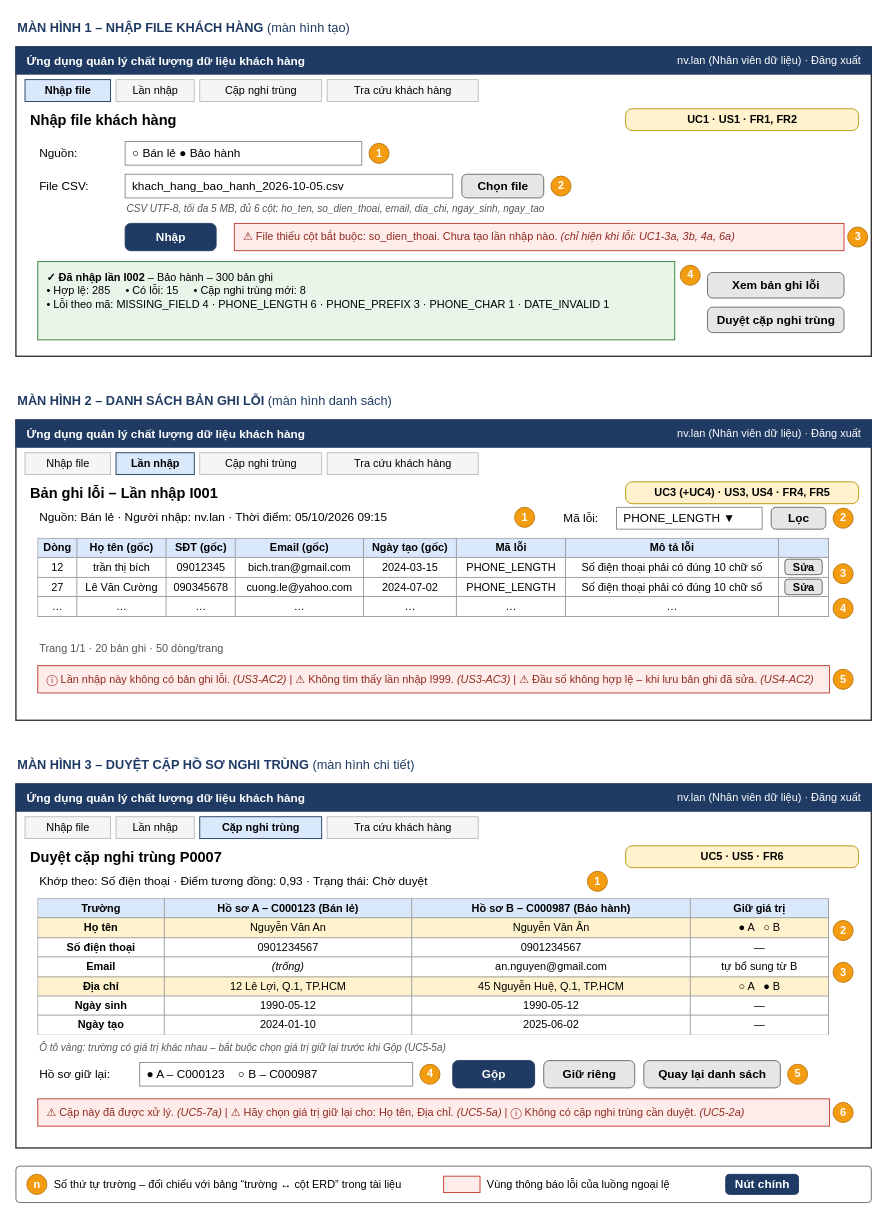
The draw.io diagram docs/wireframe.drawio in phongkasa2223/cdtn1-LeTanPhong-L7, before the edit. Source tidied: cells renumbered, new cells numbered last; positions are measured from the earlier drawing's top-left corner, leaving out a move shared by most shapes. Both pictures are drawn from the tidied source at 91%, with x=0, y=0 at pixel (15, 15).
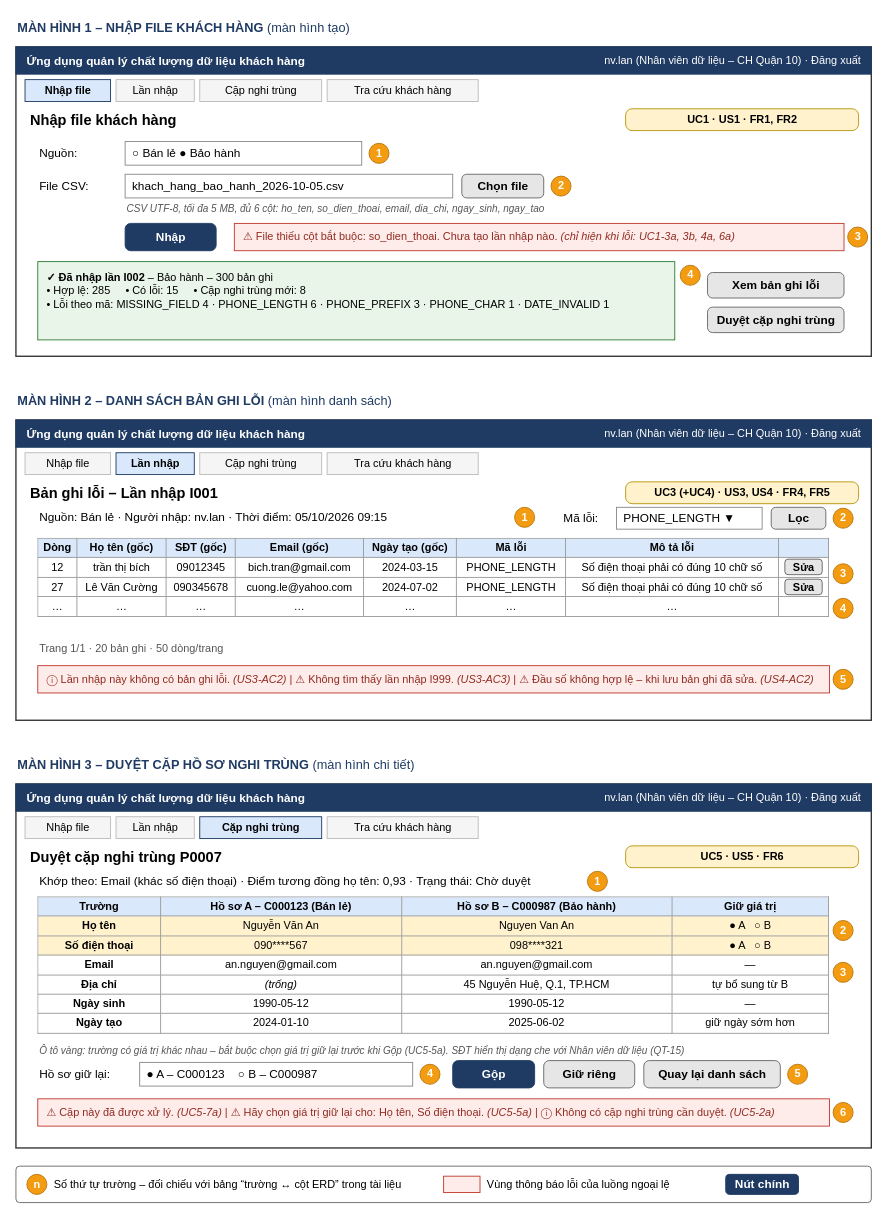
The same diagram, later.

Change to the diagram source:
```diff
@@
-    <mxCell id="5" value="nv.lan (Nhân viên dữ liệu) · Đăng xuất" style="text;html=1;align=right;verticalAlign=middle;fontColor=#FFFFFF;fontSize=12;fontFamily=Arial;" parent="1" vertex="1">
-      <mxGeometry x="640" y="34" width="290" height="30" as="geometry" />
+    <mxCell id="5" value="nv.lan (Nhân viên dữ liệu – CH Quận 10) · Đăng xuất" style="text;html=1;align=right;verticalAlign=middle;fontColor=#FFFFFF;fontSize=12;fontFamily=Arial;" parent="1" vertex="1">
+      <mxGeometry x="560" y="34" width="370" height="30" as="geometry" />
     </mxCell>
@@
-    <mxCell id="30" value="nv.lan (Nhân viên dữ liệu) · Đăng xuất" style="text;html=1;align=right;verticalAlign=middle;fontColor=#FFFFFF;fontSize=12;fontFamily=Arial;" parent="1" vertex="1">
-      <mxGeometry x="640" y="444" width="290" height="30" as="geometry" />
+    <mxCell id="30" value="nv.lan (Nhân viên dữ liệu – CH Quận 10) · Đăng xuất" style="text;html=1;align=right;verticalAlign=middle;fontColor=#FFFFFF;fontSize=12;fontFamily=Arial;" parent="1" vertex="1">
+      <mxGeometry x="560" y="444" width="370" height="30" as="geometry" />
     </mxCell>
@@
-    <mxCell id="52" value="nv.lan (Nhân viên dữ liệu) · Đăng xuất" style="text;html=1;align=right;verticalAlign=middle;fontColor=#FFFFFF;fontSize=12;fontFamily=Arial;" parent="1" vertex="1">
-      <mxGeometry x="640" y="844" width="290" height="30" as="geometry" />
+    <mxCell id="52" value="nv.lan (Nhân viên dữ liệu – CH Quận 10) · Đăng xuất" style="text;html=1;align=right;verticalAlign=middle;fontColor=#FFFFFF;fontSize=12;fontFamily=Arial;" parent="1" vertex="1">
+      <mxGeometry x="560" y="844" width="370" height="30" as="geometry" />
     </mxCell>
@@
-    <mxCell id="59" value="Khớp theo: Số điện thoại · Điểm tương đồng: 0,93 · Trạng thái: Chờ duyệt" style="text;html=1;align=left;verticalAlign=middle;whiteSpace=wrap;fontSize=13;fontFamily=Arial;" parent="1" vertex="1">
+    <mxCell id="59" value="Khớp theo: Email (khác số điện thoại) · Điểm tương đồng họ tên: 0,93 · Trạng thái: Chờ duyệt" style="text;html=1;align=left;verticalAlign=middle;whiteSpace=wrap;fontSize=13;fontFamily=Arial;" parent="1" vertex="1">
       <mxGeometry x="24" y="940" width="600" height="22" as="geometry" />
     </mxCell>
@@
-    <mxCell id="61" value="&lt;table style='width:100%;border-collapse:collapse;font-size:12px;font-family:Arial'&gt;&lt;tr style='background:#DAE8FC;font-weight:bold'&gt;&lt;td style='border:1px solid #999;padding:3px'&gt;Trường&lt;/td&gt;&lt;td style='border:1px solid #999;padding:3px'&gt;Hồ sơ A – C000123 (Bán lẻ)&lt;/td&gt;&lt;td style='border:1px solid #999;padding:3px'&gt;Hồ sơ B – C000987 (Bảo hành)&lt;/td&gt;&lt;td style='border:1px solid #999;padding:3px'&gt;Giữ giá trị&lt;/td&gt;&lt;/tr&gt;&lt;tr style='background:#FFF2CC;'&gt;&lt;td style='border:1px solid #999;padding:3px'&gt;&lt;b&gt;Họ tên&lt;/b&gt;&lt;/td&gt;&lt;td style='border:1px solid #999;padding:3px'&gt;Nguyễn Văn An&lt;/td&gt;&lt;td style='border:1px solid #999;padding:3px'&gt;Nguyễn Văn Ân&lt;/td&gt;&lt;td style='border:1px solid #999;padding:3px'&gt;● A &amp;nbsp; ○ B&lt;/td&gt;&lt;/tr&gt;&lt;tr style=''&gt;&lt;td style='border:1px solid #999;padding:3px'&gt;&lt;b&gt;Số điện thoại&lt;/b&gt;&lt;/td&gt;&lt;td style='border:1px solid #999;padding:3px'&gt;0901234567&lt;/td&gt;&lt;td style='border:1px solid #999;padding:3px'&gt;0901234567&lt;/td&gt;&lt;td style='border:1px solid #999;padding:3px'&gt;—&lt;/td&gt;&lt;/tr&gt;&lt;tr style=''&gt;&lt;td style='border:1px solid #999;padding:3px'&gt;&lt;b&gt;Email&lt;/b&gt;&lt;/td&gt;&lt;td style='border:1px solid #999;padding:3px'&gt;&lt;i&gt;(trống)&lt;/i&gt;&lt;/td&gt;&lt;td style='border:1px solid #999;padding:3px'&gt;an.nguyen@gmail.com&lt;/td&gt;&lt;td style='border:1px solid #999;padding:3px'&gt;tự bổ sung từ B&lt;/td&gt;&lt;/tr&gt;&lt;tr style='background:#FFF2CC;'&gt;&lt;td style='border:1px solid #999;padding:3px'&gt;&lt;b&gt;Địa chỉ&lt;/b&gt;&lt;/td&gt;&lt;td style='border:1px solid #999;padding:3px'&gt;12 Lê Lợi, Q.1, TP.HCM&lt;/td&gt;&lt;td style='border:1px solid #999;padding:3px'&gt;45 Nguyễn Huệ, Q.1, TP.HCM&lt;/td&gt;&lt;td style='border:1px solid #999;padding:3px'&gt;○ A &amp;nbsp; ● B&lt;/td&gt;&lt;/tr&gt;&lt;tr style=''&gt;&lt;td style='border:1px solid #999;padding:3px'&gt;&lt;b&gt;Ngày sinh&lt;/b&gt;&lt;/td&gt;&lt;td style='border:1px solid #999;padding:3px'&gt;1990-05-12&lt;/td&gt;&lt;td style='border:1px solid #999;padding:3px'&gt;1990-05-12&lt;/td&gt;&lt;td style='border:1px solid #999;padding:3px'&gt;—&lt;/td&gt;&lt;/tr&gt;&lt;tr style=''&gt;&lt;td style='border:1px solid #999;padding:3px'&gt;&lt;b&gt;Ngày tạo&lt;/b&gt;&lt;/td&gt;&lt;td style='border:1px solid #999;padding:3px'&gt;2024-01-10&lt;/td&gt;&lt;td style='border:1px solid #999;padding:3px'&gt;2025-06-02&lt;/td&gt;&lt;td style='border:1px solid #999;padding:3px'&gt;—&lt;/td&gt;&lt;/tr&gt;&lt;/table&gt;" style="rounded=0;html=1;overflow=fill;whiteSpace=wrap;verticalAlign=top;spacing=0;strokeColor=none;fillColor=none;fontFamily=Arial;" parent="1" vertex="1">
-      <mxGeometry x="24" y="970" width="870" height="150" as="geometry" />
+    <mxCell id="61" value="&lt;table style='width:100%;border-collapse:collapse;font-size:12px;font-family:Arial'&gt;&lt;tr style='background:#DAE8FC;font-weight:bold'&gt;&lt;td style='border:1px solid #999;padding:3px'&gt;Trường&lt;/td&gt;&lt;td style='border:1px solid #999;padding:3px'&gt;Hồ sơ A – C000123 (Bán lẻ)&lt;/td&gt;&lt;td style='border:1px solid #999;padding:3px'&gt;Hồ sơ B – C000987 (Bảo hành)&lt;/td&gt;&lt;td style='border:1px solid #999;padding:3px'&gt;Giữ giá trị&lt;/td&gt;&lt;/tr&gt;&lt;tr style='background:#FFF2CC;'&gt;&lt;td style='border:1px solid #999;padding:3px'&gt;&lt;b&gt;Họ tên&lt;/b&gt;&lt;/td&gt;&lt;td style='border:1px solid #999;padding:3px'&gt;Nguyễn Văn An&lt;/td&gt;&lt;td style='border:1px solid #999;padding:3px'&gt;Nguyen Van An&lt;/td&gt;&lt;td style='border:1px solid #999;padding:3px'&gt;● A &amp;nbsp; ○ B&lt;/td&gt;&lt;/tr&gt;&lt;tr style='background:#FFF2CC;'&gt;&lt;td style='border:1px solid #999;padding:3px'&gt;&lt;b&gt;Số điện thoại&lt;/b&gt;&lt;/td&gt;&lt;td style='border:1px solid #999;padding:3px'&gt;090****567&lt;/td&gt;&lt;td style='border:1px solid #999;padding:3px'&gt;098****321&lt;/td&gt;&lt;td style='border:1px solid #999;padding:3px'&gt;● A &amp;nbsp; ○ B&lt;/td&gt;&lt;/tr&gt;&lt;tr style=''&gt;&lt;td style='border:1px solid #999;padding:3px'&gt;&lt;b&gt;Email&lt;/b&gt;&lt;/td&gt;&lt;td style='border:1px solid #999;padding:3px'&gt;an.nguyen@gmail.com&lt;/td&gt;&lt;td style='border:1px solid #999;padding:3px'&gt;an.nguyen@gmail.com&lt;/td&gt;&lt;td style='border:1px solid #999;padding:3px'&gt;—&lt;/td&gt;&lt;/tr&gt;&lt;tr style=''&gt;&lt;td style='border:1px solid #999;padding:3px'&gt;&lt;b&gt;Địa chỉ&lt;/b&gt;&lt;/td&gt;&lt;td style='border:1px solid #999;padding:3px'&gt;&lt;i&gt;(trống)&lt;/i&gt;&lt;/td&gt;&lt;td style='border:1px solid #999;padding:3px'&gt;45 Nguyễn Huệ, Q.1, TP.HCM&lt;/td&gt;&lt;td style='border:1px solid #999;padding:3px'&gt;tự bổ sung từ B&lt;/td&gt;&lt;/tr&gt;&lt;tr style=''&gt;&lt;td style='border:1px solid #999;padding:3px'&gt;&lt;b&gt;Ngày sinh&lt;/b&gt;&lt;/td&gt;&lt;td style='border:1px solid #999;padding:3px'&gt;1990-05-12&lt;/td&gt;&lt;td style='border:1px solid #999;padding:3px'&gt;1990-05-12&lt;/td&gt;&lt;td style='border:1px solid #999;padding:3px'&gt;—&lt;/td&gt;&lt;/tr&gt;&lt;tr style=''&gt;&lt;td style='border:1px solid #999;padding:3px'&gt;&lt;b&gt;Ngày tạo&lt;/b&gt;&lt;/td&gt;&lt;td style='border:1px solid #999;padding:3px'&gt;2024-01-10&lt;/td&gt;&lt;td style='border:1px solid #999;padding:3px'&gt;2025-06-02&lt;/td&gt;&lt;td style='border:1px solid #999;padding:3px'&gt;giữ ngày sớm hơn&lt;/td&gt;&lt;/tr&gt;&lt;/table&gt;" style="rounded=0;html=1;overflow=fill;whiteSpace=wrap;verticalAlign=top;spacing=0;strokeColor=none;fillColor=none;fontFamily=Arial;" parent="1" vertex="1">
+      <mxGeometry x="24" y="968" width="870" height="158" as="geometry" />
     </mxCell>
@@
-    <mxCell id="64" value="&lt;i&gt;Ô tô vàng: trường có giá trị khác nhau – bắt buộc chọn giá trị giữ lại trước khi Gộp (UC5-5a)&lt;/i&gt;" style="text;html=1;align=left;verticalAlign=middle;fontSize=11;fontColor=#555555;fontFamily=Arial;" parent="1" vertex="1">
-      <mxGeometry x="24" y="1124" width="700" height="20" as="geometry" />
+    <mxCell id="64" value="&lt;i&gt;Ô tô vàng: trường có giá trị khác nhau – bắt buộc chọn giá trị giữ lại trước khi Gộp (UC5-5a). SĐT hiển thị dạng che với Nhân viên dữ liệu (QT-15)&lt;/i&gt;" style="text;html=1;align=left;verticalAlign=middle;fontSize=11;fontColor=#555555;fontFamily=Arial;" parent="1" vertex="1">
+      <mxGeometry x="24" y="1128" width="860" height="18" as="geometry" />
     </mxCell>
@@
-    <mxCell id="72" value="⚠ Cặp này đã được xử lý. &lt;i&gt;(UC5-7a)&lt;/i&gt;   |   ⚠ Hãy chọn giá trị giữ lại cho: Họ tên, Địa chỉ. &lt;i&gt;(UC5-5a)&lt;/i&gt;   |   ⓘ Không có cặp nghi trùng cần duyệt. &lt;i&gt;(UC5-2a)&lt;/i&gt;" style="rounded=0;html=1;fillColor=#FDECEA;strokeColor=#C0392B;fontColor=#922B21;align=left;spacingLeft=8;whiteSpace=wrap;fontSize=12;fontFamily=Arial;" parent="1" vertex="1">
+    <mxCell id="72" value="⚠ Cặp này đã được xử lý. &lt;i&gt;(UC5-7a)&lt;/i&gt;   |   ⚠ Hãy chọn giá trị giữ lại cho: Họ tên, Số điện thoại. &lt;i&gt;(UC5-5a)&lt;/i&gt;   |   ⓘ Không có cặp nghi trùng cần duyệt. &lt;i&gt;(UC5-2a)&lt;/i&gt;" style="rounded=0;html=1;fillColor=#FDECEA;strokeColor=#C0392B;fontColor=#922B21;align=left;spacingLeft=8;whiteSpace=wrap;fontSize=12;fontFamily=Arial;" parent="1" vertex="1">
       <mxGeometry x="24" y="1190" width="870" height="30" as="geometry" />
     </mxCell>
```
